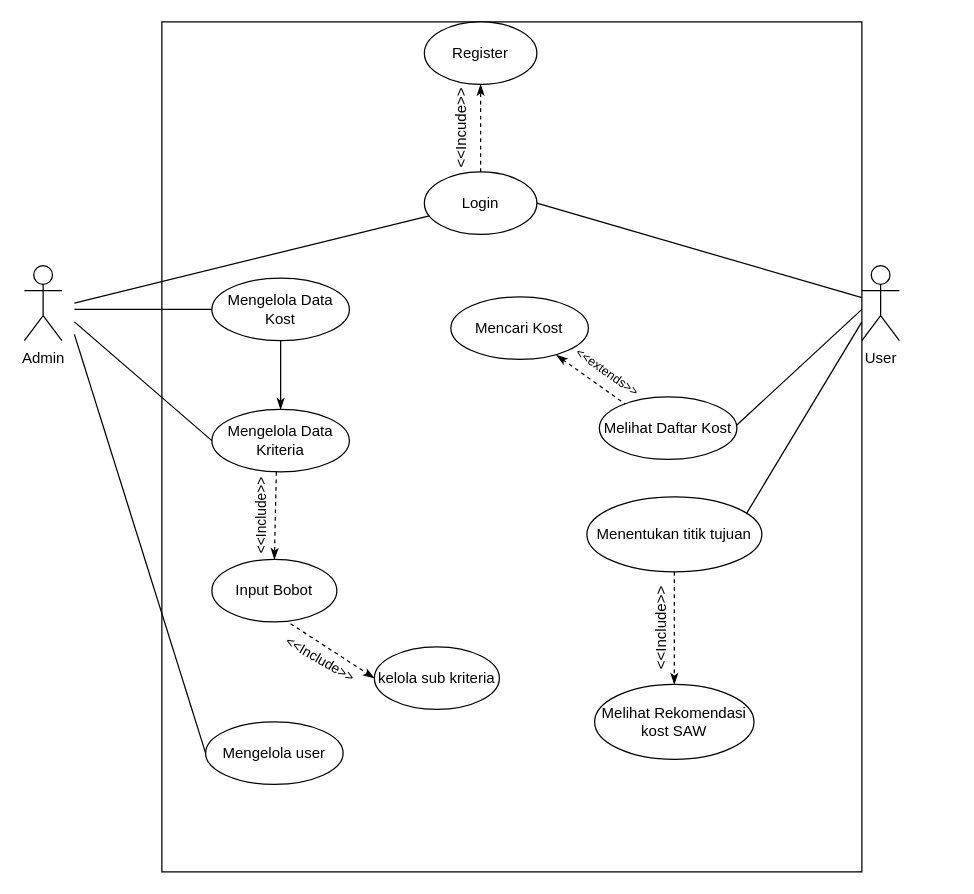
Before: page "Page-1" (1 of 2) of USE CASE KOST SAW.drawio in HANNN-YOLO/skripsi, a draw.io diagram. Source tidied: cells renumbered, new cells numbered last; positions are measured from the earlier drawing's top-left corner, leaving out a move shared by most shapes. Both pictures are drawn from the tidied source at 125%, with x=0, y=0 at pixel (24, 21).
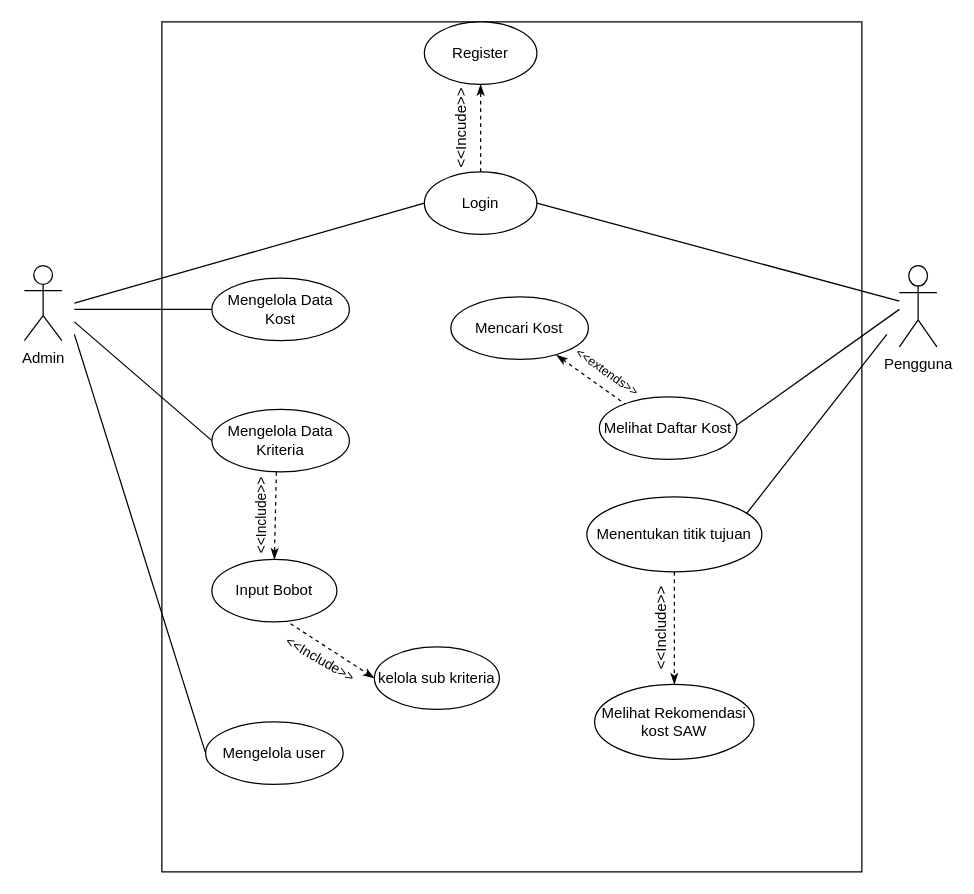
Above is the later version.

Unchanged cells that the change refers to:
```xml
<mxCell id="5" value="Login" style="ellipse;whiteSpace=wrap;html=1;" parent="1" vertex="1">
  <mxGeometry x="320" y="120" width="90" height="50" as="geometry" />
</mxCell>
<mxCell id="7" value="Mengelola Data Kost" style="ellipse;whiteSpace=wrap;html=1;" parent="1" vertex="1">
  <mxGeometry x="150" y="205" width="110" height="50" as="geometry" />
</mxCell>
<mxCell id="9" value="Mengelola Data Kriteria" style="ellipse;whiteSpace=wrap;html=1;" parent="1" vertex="1">
  <mxGeometry x="150" y="310" width="110" height="50" as="geometry" />
</mxCell>
<mxCell id="10" value="Melihat Daftar Kost" style="ellipse;whiteSpace=wrap;html=1;" parent="1" vertex="1">
  <mxGeometry x="460" y="300" width="110" height="50" as="geometry" />
</mxCell>
<mxCell id="11" value="Menentukan titik tujuan" style="ellipse;whiteSpace=wrap;html=1;" parent="1" vertex="1">
  <mxGeometry x="450" y="380" width="140" height="60" as="geometry" />
</mxCell>
```

Diff of the diagram source:
```diff
@@
-    <mxCell id="4" value="User&lt;div&gt;&lt;br&gt;&lt;/div&gt;" style="shape=umlActor;verticalLabelPosition=bottom;verticalAlign=top;html=1;outlineConnect=0;" parent="1" vertex="1">
-      <mxGeometry x="670" y="195" width="30" height="60" as="geometry" />
+    <mxCell id="4" value="Pengguna" style="shape=umlActor;verticalLabelPosition=bottom;verticalAlign=top;html=1;outlineConnect=0;" parent="1" vertex="1">
+      <mxGeometry x="700" y="195" width="30" height="65" as="geometry" />
     </mxCell>
@@
-    <mxCell id="12" style="endArrow=none;html=1;rounded=0;" parent="1" edge="1" target="5">
+    <mxCell id="12" style="endArrow=none;html=1;rounded=0;entryX=0;entryY=0.5;entryDx=0;entryDy=0;" parent="1" edge="1" target="5">
       <mxGeometry relative="1" as="geometry">
         <mxPoint x="40" y="225" as="sourcePoint" />
       </mxGeometry>
     </mxCell>
@@
-    <mxCell id="14" style="endArrow=classicThin;html=1;rounded=0;exitX=0.5;exitY=1;exitDx=0;exitDy=0;endFill=1;" parent="1" edge="1" source="7" target="9">
-      <mxGeometry relative="1" as="geometry" />
-    </mxCell>
@@
     <mxCell id="20" style="endArrow=none;html=1;rounded=0;exitX=0.998;exitY=0.454;exitDx=0;exitDy=0;exitPerimeter=0;" parent="1" edge="1" source="10">
       <mxGeometry relative="1" as="geometry">
-        <mxPoint x="670" y="230" as="targetPoint" />
+        <mxPoint x="700" y="230" as="targetPoint" />
       </mxGeometry>
     </mxCell>
     <mxCell id="21" style="endArrow=none;html=1;rounded=0;exitX=0.911;exitY=0.227;exitDx=0;exitDy=0;exitPerimeter=0;" parent="1" edge="1" source="11">
       <mxGeometry relative="1" as="geometry">
-        <mxPoint x="670" y="240" as="targetPoint" />
+        <mxPoint x="690" y="250" as="targetPoint" />
       </mxGeometry>
     </mxCell>
```
